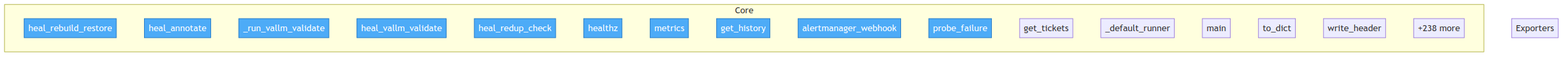
This is project/flow.png from semcod/koru, a Mermaid export, as it was before one commit. Its source is kept beside it as project/flow.mmd.
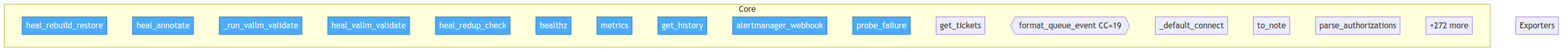
Later version of the same file.

The edit, as a diff of the source:
```diff
@@ -14,11 +14,11 @@
         services__healing_webhook__app__alertmanager_webhook["alertmanager_webhook"]
         services__healing_webhook__app__probe_failure["probe_failure"]
         services__healing_webhook__app__get_tickets["get_tickets"]
-        src__koru__loop___default_runner["_default_runner"]
-        src__koru__events__main["main"]
-        src__koru__semcod_tools__SemcodTool__to_dict["to_dict"]
-        src__koru__run_log__RunLogWriter__write_header["write_header"]
-        ...["+238 more"]
+        src__koru__watch__format_queue_event{{format_queue_event CC=19}}
+        src__koru__watch___default_connect["_default_connect"]
+        src__koru__gate__GateAuthorization__to_note["to_note"]
+        src__koru__gate__parse_authorizations["parse_authorizations"]
+        ...["+272 more"]
     end
 
     subgraph Exporters
```
